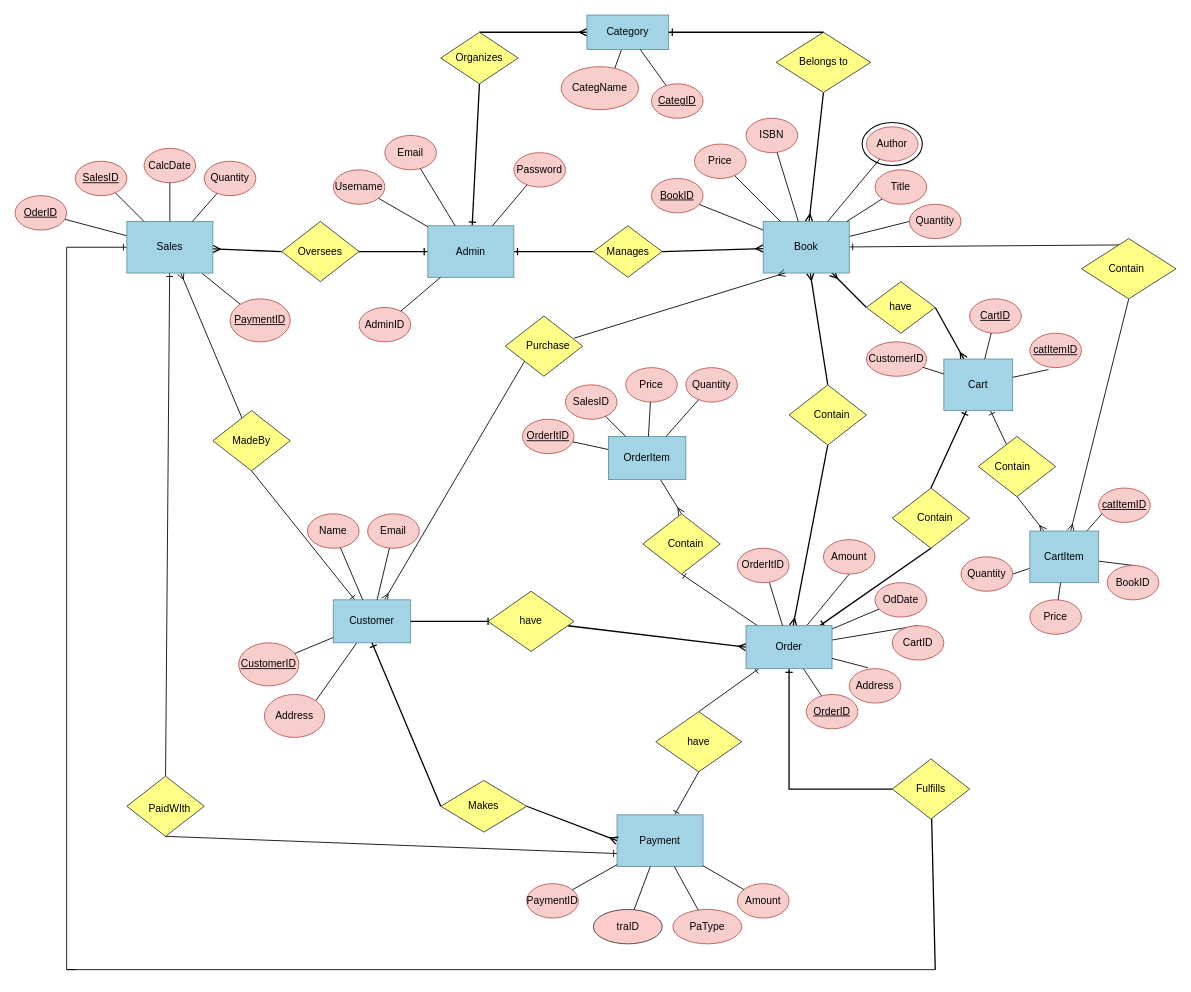
Earlier version of the draw.io diagram Untitled Diagram.drawio (Zul-Qarnain/Database_project). Source tidied: cells renumbered, new cells numbered last; positions are measured from the earlier drawing's top-left corner, leaving out a move shared by most shapes. Both pictures are drawn from the tidied source at 86%, with x=0, y=0 at pixel (15, 15).
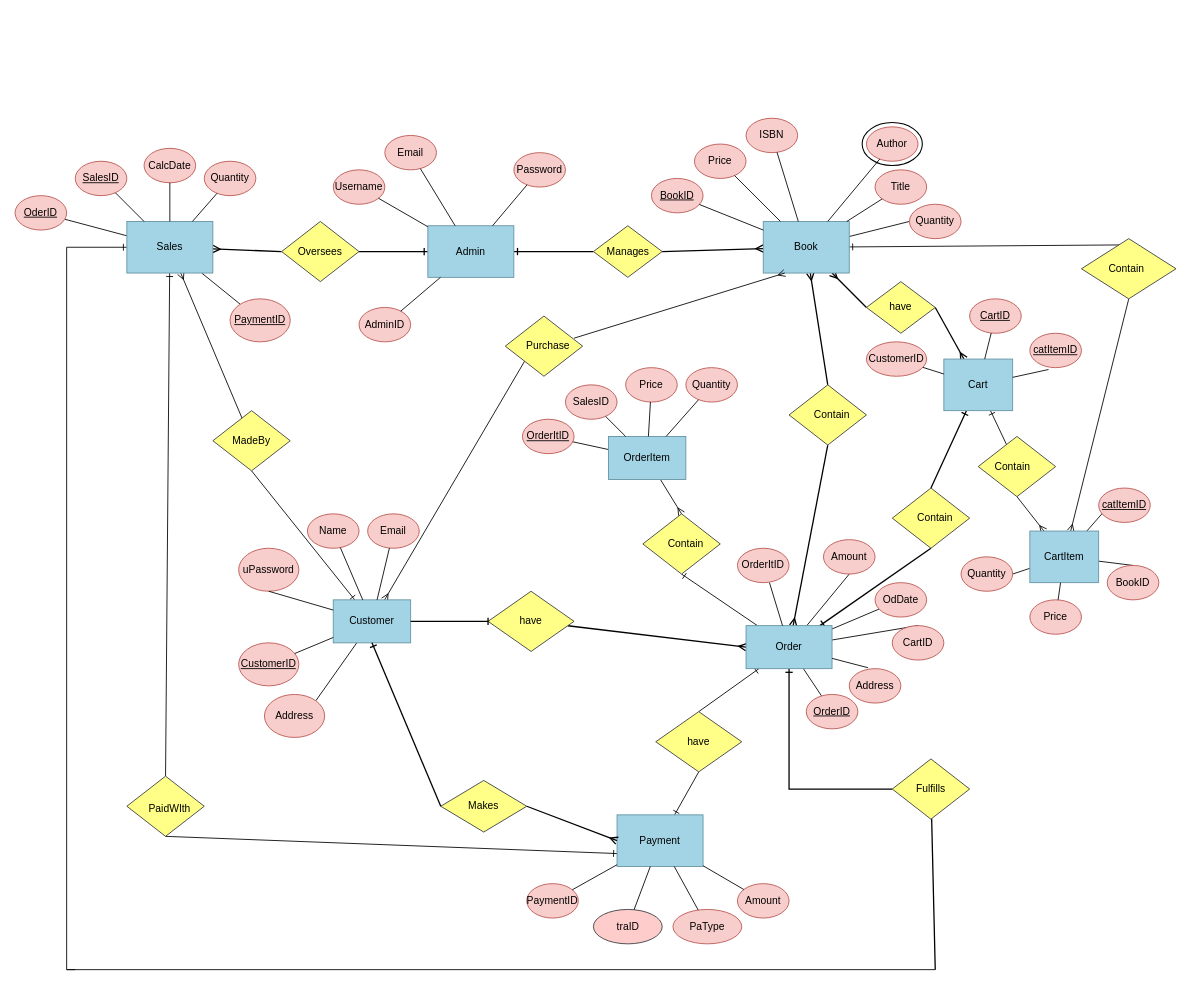
After the change.

The change refers to these unchanged cells:
```xml
<mxCell id="5" value="Admin" style="rounded=0;whiteSpace=wrap;html=1;fillColor=#a2d4e6;strokeColor=#63919f;" parent="1" vertex="1">
  <mxGeometry x="480" y="245" width="100" height="60" as="geometry" />
</mxCell>
<mxCell id="21" value="Book" style="rounded=0;whiteSpace=wrap;html=1;fillColor=#a2d4e6;strokeColor=#63919f;" parent="1" vertex="1">
  <mxGeometry x="870" y="240" width="100" height="60" as="geometry" />
</mxCell>
<mxCell id="46" value="Customer" style="rounded=0;whiteSpace=wrap;html=1;fillColor=#a2d4e6;strokeColor=#63919f;" parent="1" vertex="1">
  <mxGeometry x="370" y="680" width="90" height="50" as="geometry" />
</mxCell>
```

The edit, as a diff of the source:
```diff
@@
-    <mxCell id="3" style="rounded=0;jettySize=auto;html=1;endArrow=ERone;endFill=0;strokeWidth=1.5;exitX=0.5;exitY=1;exitDx=0;exitDy=0;" parent="1" edge="1" source="105" target="5">
-      <mxGeometry relative="1" as="geometry" />
-    </mxCell>
@@
-    <mxCell id="16" style="rounded=0;jettySize=auto;html=1;endArrow=ERmany;endFill=0;exitX=0.5;exitY=1;exitDx=0;exitDy=0;strokeWidth=1.5;" parent="1" edge="1" source="107" target="21">
-      <mxGeometry relative="1" as="geometry" />
-    </mxCell>
@@
-    <mxCell id="99" style="rounded=0;jettySize=auto;html=1;entryX=0.5;entryY=1;entryDx=0;entryDy=0;endArrow=none;endFill=0;" parent="1" edge="1" source="101" target="104">
-      <mxGeometry relative="1" as="geometry" />
-    </mxCell>
-    <mxCell id="100" style="rounded=0;jettySize=auto;html=1;endArrow=ERmany;endFill=0;exitX=0.5;exitY=0;exitDx=0;exitDy=0;strokeWidth=1.5;" parent="1" edge="1" source="105" target="101">
-      <mxGeometry relative="1" as="geometry" />
-    </mxCell>
-    <mxCell id="101" value="Category" style="rounded=0;whiteSpace=wrap;html=1;fillColor=#a2d4e6;strokeColor=#63919f;" parent="1" vertex="1">
-      <mxGeometry x="665" width="95" height="40" as="geometry" />
-    </mxCell>
-    <mxCell id="102" value="&lt;u&gt;CategID&lt;/u&gt;" style="ellipse;whiteSpace=wrap;html=1;fillColor=#f8cecc;strokeColor=#b85450;" parent="1" vertex="1">
-      <mxGeometry x="740" y="80" width="60" height="40" as="geometry" />
-    </mxCell>
-    <mxCell id="103" style="endArrow=none;endFill=0;" parent="1" edge="1" source="101" target="102">
-      <mxGeometry relative="1" as="geometry" />
-    </mxCell>
-    <mxCell id="104" value="CategName" style="ellipse;whiteSpace=wrap;html=1;fillColor=#f8cecc;strokeColor=#b85450;" parent="1" vertex="1">
-      <mxGeometry x="635" y="60" width="90" height="50" as="geometry" />
-    </mxCell>
-    <mxCell id="105" style="rhombus;whiteSpace=wrap;html=1;fillColor=#ffff88;strokeColor=#36393d;" parent="1" vertex="1">
-      <mxGeometry x="495" y="20" width="90" height="60" as="geometry" />
-    </mxCell>
-    <mxCell id="106" value="Organizes" style="text;html=1;align=center;verticalAlign=middle;whiteSpace=wrap;rounded=0;" parent="1" vertex="1">
-      <mxGeometry x="510" y="35" width="60" height="30" as="geometry" />
-    </mxCell>
-    <mxCell id="107" style="rhombus;whiteSpace=wrap;html=1;fillColor=#ffff88;strokeColor=#36393d;" parent="1" vertex="1">
-      <mxGeometry x="885" y="20" width="110" height="70" as="geometry" />
-    </mxCell>
-    <mxCell id="108" style="rounded=0;jettySize=auto;html=1;exitX=0.5;exitY=0;exitDx=0;exitDy=0;endArrow=ERone;endFill=0;strokeWidth=1.5;" parent="1" edge="1" source="107" target="101">
-      <mxGeometry relative="1" as="geometry" />
-    </mxCell>
-    <mxCell id="109" value="Belongs to" style="text;html=1;align=center;verticalAlign=middle;whiteSpace=wrap;rounded=0;fillColor=none;strokeColor=none;glass=0;gradientColor=none;" parent="1" vertex="1">
-      <mxGeometry x="887.5" y="40" width="105" height="30" as="geometry" />
-    </mxCell>
@@
+    <mxCell id="165" value="uPassword" style="ellipse;whiteSpace=wrap;html=1;fillColor=#f8cecc;strokeColor=#b85450;" parent="1" vertex="1">
+      <mxGeometry x="260" y="620" width="70" height="50" as="geometry" />
+    </mxCell>
+    <mxCell id="166" style="rounded=0;jettySize=auto;html=1;entryX=0.5;entryY=1;entryDx=0;entryDy=0;endArrow=none;endFill=0;" parent="1" edge="1" source="46" target="165">
+      <mxGeometry relative="1" as="geometry" />
+    </mxCell>
```
